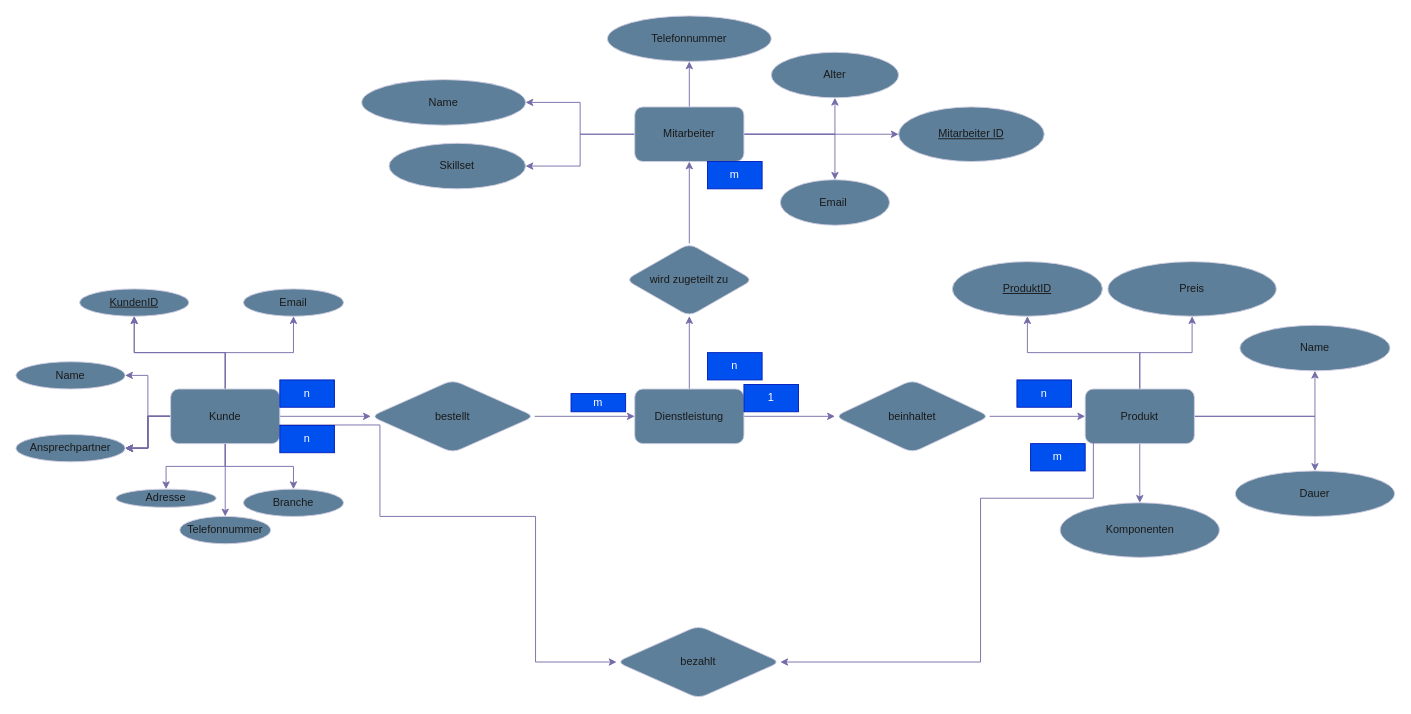
The draw.io diagram Unbenanntes Diagramm.drawio in 0xj0n1/Discord-Server-Cloner, before the edit. Source tidied: cells renumbered, new cells numbered last; positions are measured from the earlier drawing's top-left corner, leaving out a move shared by most shapes. Both pictures are drawn from the tidied source at 91%, with x=0, y=0 at pixel (15, 15).
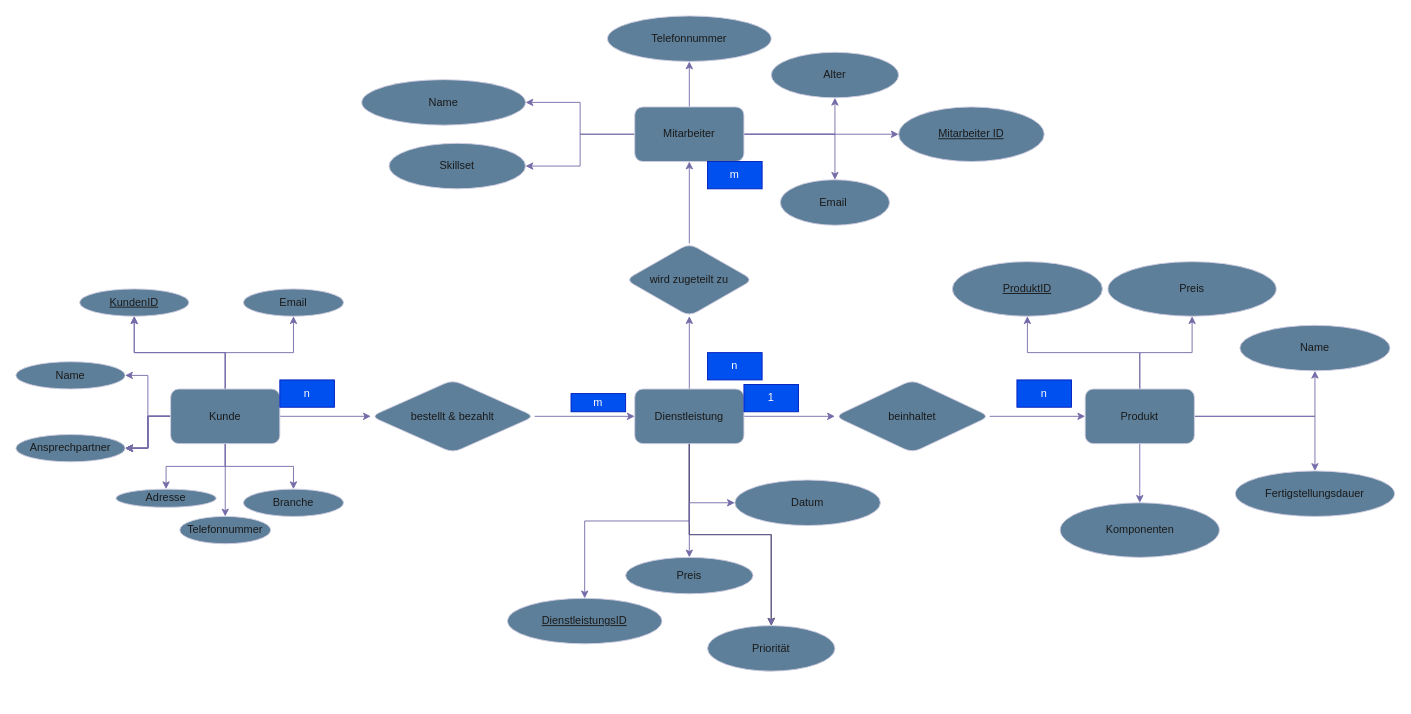
The same diagram, later.

Unchanged cells that the change refers to:
```xml
<mxCell id="16" value="Kunde" style="rounded=1;whiteSpace=wrap;html=1;labelBackgroundColor=none;fillColor=#5D7F99;strokeColor=#D0CEE2;fontColor=#1A1A1A;" parent="1" vertex="1">
  <mxGeometry x="170" y="410" width="120" height="60" as="geometry" />
</mxCell>
<mxCell id="28" value="Dienstleistung" style="whiteSpace=wrap;html=1;rounded=1;labelBackgroundColor=none;fillColor=#5D7F99;strokeColor=#D0CEE2;fontColor=#1A1A1A;" parent="1" vertex="1">
  <mxGeometry x="680" y="410" width="120" height="60" as="geometry" />
</mxCell>
<mxCell id="45" value="beinhaltet" style="rhombus;whiteSpace=wrap;html=1;rounded=1;labelBackgroundColor=none;fillColor=#5D7F99;strokeColor=#D0CEE2;fontColor=#1A1A1A;" parent="1" vertex="1">
  <mxGeometry x="900" y="400" width="170" height="80" as="geometry" />
</mxCell>
<mxCell id="51" value="Produkt" style="whiteSpace=wrap;html=1;rounded=1;labelBackgroundColor=none;fillColor=#5D7F99;strokeColor=#D0CEE2;fontColor=#1A1A1A;" parent="1" vertex="1">
  <mxGeometry x="1175" y="410" width="120" height="60" as="geometry" />
</mxCell>
```

Change to the diagram source:
```diff
@@
-    <mxCell id="25" value="bestellt" style="rhombus;whiteSpace=wrap;html=1;rounded=1;labelBackgroundColor=none;fillColor=#5D7F99;strokeColor=#D0CEE2;fontColor=#1A1A1A;" parent="1" vertex="1">
+    <mxCell id="25" value="bestellt &amp;amp; bezahlt" style="rhombus;whiteSpace=wrap;html=1;rounded=1;labelBackgroundColor=none;fillColor=#5D7F99;strokeColor=#D0CEE2;fontColor=#1A1A1A;" parent="1" vertex="1">
       <mxGeometry x="390" y="400" width="180" height="80" as="geometry" />
     </mxCell>
@@
+    <mxCell id="68" style="edgeStyle=orthogonalEdgeStyle;rounded=0;jettySize=auto;html=1;strokeColor=light-dark(#736CA8,#736CA8);" parent="1" edge="1" source="28" target="72">
+      <mxGeometry relative="1" as="geometry" />
+    </mxCell>
+    <mxCell id="69" style="edgeStyle=orthogonalEdgeStyle;rounded=0;jettySize=auto;html=1;strokeColor=light-dark(#736CA8,#736CA8);" parent="1" edge="1" source="28" target="73">
+      <mxGeometry relative="1" as="geometry" />
+    </mxCell>
+    <mxCell id="70" style="edgeStyle=orthogonalEdgeStyle;rounded=0;jettySize=auto;html=1;" parent="1" edge="1" source="28" target="77">
+      <mxGeometry relative="1" as="geometry" />
+    </mxCell>
+    <mxCell id="71" style="edgeStyle=orthogonalEdgeStyle;rounded=0;jettySize=auto;html=1;strokeColor=light-dark(#736CA8,#736CA8);" parent="1" edge="1" target="74">
+      <mxGeometry relative="1" as="geometry">
+        <mxPoint x="740" y="560" as="sourcePoint" />
+        <Array as="points">
+          <mxPoint x="740" y="535" />
+        </Array>
+      </mxGeometry>
+    </mxCell>
@@
-    <mxCell id="44" style="edgeStyle=orthogonalEdgeStyle;rounded=0;jettySize=auto;html=1;labelBackgroundColor=none;fontColor=default;strokeColor=#736CA8;" parent="1" edge="1" source="45" target="51">
+    <mxCell id="44" style="edgeStyle=orthogonalEdgeStyle;rounded=0;jettySize=auto;html=1;labelBackgroundColor=none;fontColor=default;strokeColor=light-dark(#736CA8,#736CA8);" parent="1" edge="1" source="45" target="51">
       <mxGeometry relative="1" as="geometry" />
     </mxCell>
@@
-    <mxCell id="55" value="Dauer" style="ellipse;whiteSpace=wrap;html=1;rounded=1;labelBackgroundColor=none;fillColor=#5D7F99;strokeColor=#D0CEE2;fontColor=#1A1A1A;" parent="1" vertex="1">
+    <mxCell id="55" value="Fertigstellungsdauer" style="ellipse;whiteSpace=wrap;html=1;rounded=1;labelBackgroundColor=none;fillColor=#5D7F99;strokeColor=#D0CEE2;fontColor=#1A1A1A;" parent="1" vertex="1">
       <mxGeometry x="1340" y="500" width="175" height="50" as="geometry" />
     </mxCell>
@@
-    <mxCell id="62" value="bezahlt" style="rhombus;whiteSpace=wrap;html=1;rounded=1;labelBackgroundColor=none;fillColor=#5D7F99;strokeColor=#D0CEE2;fontColor=#1A1A1A;" parent="1" vertex="1">
-      <mxGeometry x="660" y="670" width="180" height="80" as="geometry" />
-    </mxCell>
-    <mxCell id="63" style="edgeStyle=orthogonalEdgeStyle;rounded=0;jettySize=auto;html=1;labelBackgroundColor=none;fontColor=default;strokeColor=#736CA8;exitX=0.991;exitY=0.659;exitDx=0;exitDy=0;exitPerimeter=0;" parent="1" edge="1" source="16" target="62">
-      <mxGeometry relative="1" as="geometry">
-        <Array as="points">
-          <mxPoint x="400" y="449" />
-          <mxPoint x="400" y="550" />
-          <mxPoint x="571" y="550" />
-          <mxPoint x="571" y="710" />
-        </Array>
-      </mxGeometry>
-    </mxCell>
-    <mxCell id="64" style="edgeStyle=orthogonalEdgeStyle;rounded=0;jettySize=auto;html=1;labelBackgroundColor=none;fontColor=default;strokeColor=#736CA8;entryX=1;entryY=0.5;entryDx=0;entryDy=0;" parent="1" edge="1" target="62">
-      <mxGeometry relative="1" as="geometry">
-        <mxPoint x="1184" y="468" as="sourcePoint" />
-        <Array as="points">
-          <mxPoint x="1184" y="468" />
-          <mxPoint x="1184" y="530" />
-          <mxPoint x="1060" y="530" />
-          <mxPoint x="1060" y="710" />
-        </Array>
-      </mxGeometry>
-    </mxCell>
-    <mxCell id="65" value="n" style="text;strokeColor=#001DBC;align=center;fillColor=#0050ef;html=1;verticalAlign=middle;whiteSpace=wrap;rounded=0;fontColor=#ffffff;" parent="1" vertex="1">
-      <mxGeometry x="290" y="450" width="60" height="30" as="geometry" />
-    </mxCell>
@@
-    <mxCell id="67" value="m" style="text;strokeColor=#001DBC;align=center;fillColor=#0050ef;html=1;verticalAlign=middle;whiteSpace=wrap;rounded=0;fontColor=#ffffff;" parent="1" vertex="1">
-      <mxGeometry x="1115" y="470" width="60" height="30" as="geometry" />
-    </mxCell>
+    <mxCell id="72" value="&lt;u&gt;DienstleistungsID&lt;/u&gt;" style="ellipse;whiteSpace=wrap;html=1;fillColor=#5D7F99;strokeColor=#D0CEE2;fontColor=#1A1A1A;rounded=1;labelBackgroundColor=none;" parent="1" vertex="1">
+      <mxGeometry x="540" y="640" width="170" height="50" as="geometry" />
+    </mxCell>
+    <mxCell id="73" value="Preis" style="ellipse;whiteSpace=wrap;html=1;fillColor=#5D7F99;strokeColor=#D0CEE2;fontColor=#1A1A1A;rounded=1;labelBackgroundColor=none;" parent="1" vertex="1">
+      <mxGeometry x="670" y="595" width="140" height="40" as="geometry" />
+    </mxCell>
+    <mxCell id="74" value="Datum" style="ellipse;whiteSpace=wrap;html=1;fillColor=#5D7F99;strokeColor=#D0CEE2;fontColor=#1A1A1A;rounded=1;labelBackgroundColor=none;" parent="1" vertex="1">
+      <mxGeometry x="790" y="510" width="160" height="50" as="geometry" />
+    </mxCell>
+    <mxCell id="75" style="edgeStyle=orthogonalEdgeStyle;rounded=0;orthogonalLoop=1;jettySize=auto;html=1;exitX=0.5;exitY=1;exitDx=0;exitDy=0;" parent="1" edge="1" source="74" target="74">
+      <mxGeometry relative="1" as="geometry" />
+    </mxCell>
+    <mxCell id="76" style="edgeStyle=orthogonalEdgeStyle;rounded=0;jettySize=auto;html=1;strokeColor=light-dark(#736CA8,#736CA8);" parent="1" edge="1" source="28" target="77">
+      <mxGeometry relative="1" as="geometry" />
+    </mxCell>
+    <mxCell id="77" value="Priorität" style="ellipse;whiteSpace=wrap;html=1;fillColor=#5D7F99;strokeColor=#D0CEE2;fontColor=#1A1A1A;rounded=1;labelBackgroundColor=none;" parent="1" vertex="1">
+      <mxGeometry x="760" y="670" width="140" height="50" as="geometry" />
+    </mxCell>
```
